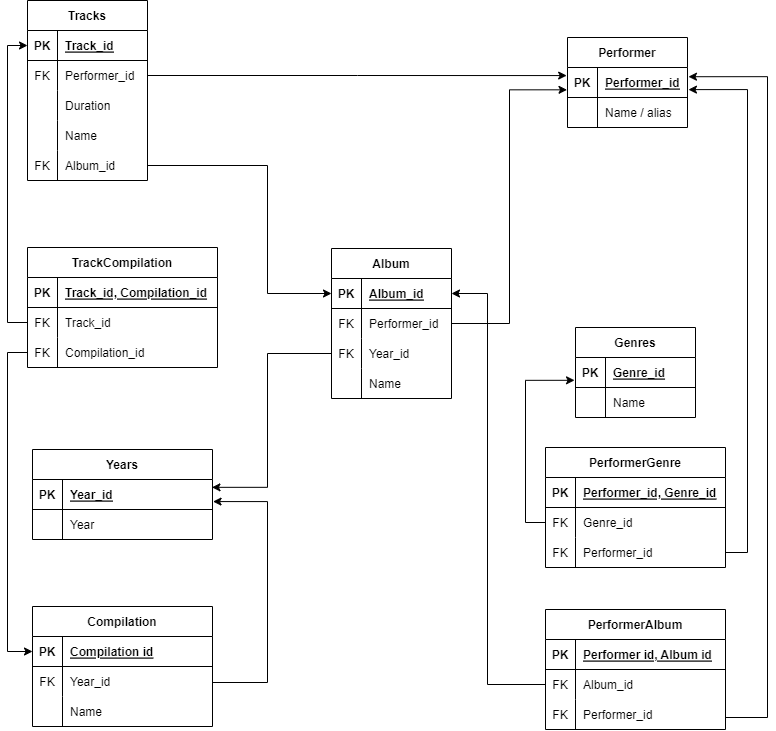
Above: Diagram_new.png in femarko/DB_hometasks (draw.io), before the change. Source tidied: cells renumbered, new cells last; positions are measured from the earlier drawing's top-left corner, leaving out a move shared by most shapes.
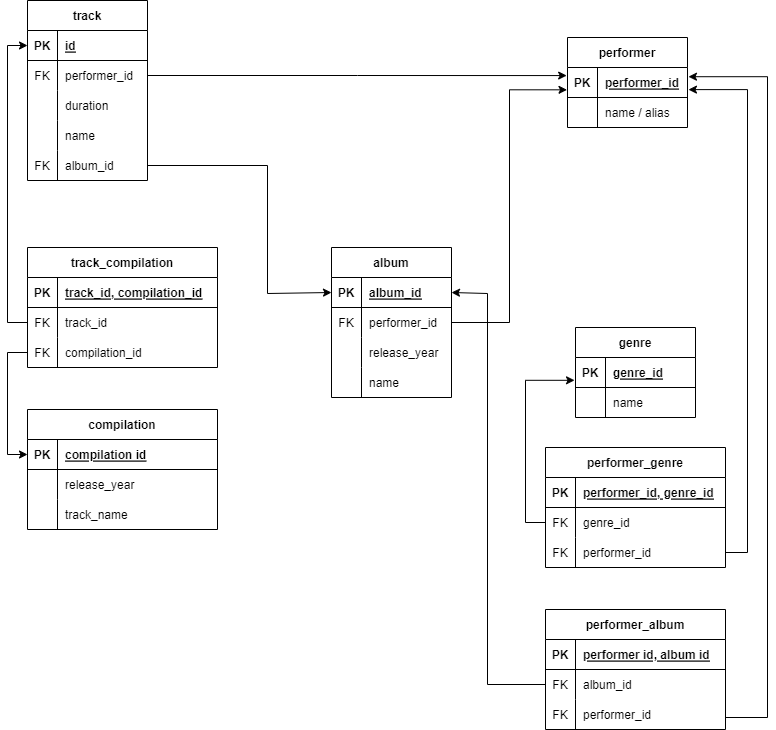
After the commit.

What changed in the source:
```diff
@@ -4,3 +4,3 @@
     <mxCell id="1" parent="0" />
-    <mxCell id="2" value="Performer" style="shape=table;startSize=30;rowLines=0;fontStyle=1;align=center;" parent="1" vertex="1">
+    <mxCell id="2" value="performer" style="shape=table;startSize=30;rowLines=0;fontStyle=1;align=center;" parent="1" vertex="1">
       <mxGeometry x="540" y="37" width="120" height="90" as="geometry" />
@@ -13,3 +13,3 @@
     </mxCell>
-    <mxCell id="5" value="Performer_id" style="shape=partialRectangle;fillColor=none;top=0;left=0;bottom=0;right=0;align=left;spacingLeft=6;fontStyle=5;overflow=hidden;" parent="3" vertex="1">
+    <mxCell id="5" value="performer_id" style="shape=partialRectangle;fillColor=none;top=0;left=0;bottom=0;right=0;align=left;spacingLeft=6;fontStyle=5;overflow=hidden;" parent="3" vertex="1">
       <mxGeometry x="30" width="90" height="30" as="geometry" />
@@ -22,7 +22,7 @@
     </mxCell>
-    <mxCell id="8" value="Name / alias" style="shape=partialRectangle;fillColor=none;top=0;left=0;bottom=0;right=0;align=left;spacingLeft=6;overflow=hidden;" parent="6" vertex="1">
+    <mxCell id="8" value="name / alias" style="shape=partialRectangle;fillColor=none;top=0;left=0;bottom=0;right=0;align=left;spacingLeft=6;overflow=hidden;" parent="6" vertex="1">
       <mxGeometry x="30" width="90" height="30" as="geometry" />
     </mxCell>
-    <mxCell id="9" value="Album" style="shape=table;startSize=30;rowLines=0;fontStyle=1;align=center;" parent="1" vertex="1">
-      <mxGeometry x="304" y="248" width="120" height="150" as="geometry" />
+    <mxCell id="9" value="album" style="shape=table;startSize=30;rowLines=0;fontStyle=1;align=center;" parent="1" vertex="1">
+      <mxGeometry x="304" y="247" width="120" height="150" as="geometry" />
     </mxCell>
@@ -34,3 +34,3 @@
     </mxCell>
-    <mxCell id="12" value="Album_id" style="shape=partialRectangle;fillColor=none;top=0;left=0;bottom=0;right=0;align=left;spacingLeft=6;fontStyle=5;overflow=hidden;" parent="10" vertex="1">
+    <mxCell id="12" value="album_id" style="shape=partialRectangle;fillColor=none;top=0;left=0;bottom=0;right=0;align=left;spacingLeft=6;fontStyle=5;overflow=hidden;" parent="10" vertex="1">
       <mxGeometry x="30" width="90" height="30" as="geometry" />
@@ -43,3 +43,3 @@
     </mxCell>
-    <mxCell id="15" value="Performer_id" style="shape=partialRectangle;fillColor=none;top=0;left=0;bottom=0;right=0;align=left;spacingLeft=6;overflow=hidden;" parent="13" vertex="1">
+    <mxCell id="15" value="performer_id" style="shape=partialRectangle;fillColor=none;top=0;left=0;bottom=0;right=0;align=left;spacingLeft=6;overflow=hidden;" parent="13" vertex="1">
       <mxGeometry x="30" width="90" height="30" as="geometry" />
@@ -49,6 +49,6 @@
     </mxCell>
-    <mxCell id="17" value="FK" style="shape=partialRectangle;fillColor=none;top=0;left=0;bottom=0;right=0;overflow=hidden;" parent="16" vertex="1">
+    <mxCell id="17" style="shape=partialRectangle;fillColor=none;top=0;left=0;bottom=0;right=0;overflow=hidden;" parent="16" vertex="1">
       <mxGeometry width="30" height="30" as="geometry" />
     </mxCell>
-    <mxCell id="18" value="Year_id" style="shape=partialRectangle;fillColor=none;top=0;left=0;bottom=0;right=0;align=left;spacingLeft=6;overflow=hidden;" parent="16" vertex="1">
+    <mxCell id="18" value="release_year" style="shape=partialRectangle;fillColor=none;top=0;left=0;bottom=0;right=0;align=left;spacingLeft=6;overflow=hidden;" parent="16" vertex="1">
       <mxGeometry x="30" width="90" height="30" as="geometry" />
@@ -61,6 +61,6 @@
     </mxCell>
-    <mxCell id="21" value="Name" style="shape=partialRectangle;fillColor=none;top=0;left=0;bottom=0;right=0;align=left;spacingLeft=6;overflow=hidden;" parent="19" vertex="1">
+    <mxCell id="21" value="name" style="shape=partialRectangle;fillColor=none;top=0;left=0;bottom=0;right=0;align=left;spacingLeft=6;overflow=hidden;" parent="19" vertex="1">
       <mxGeometry x="30" width="90" height="30" as="geometry" />
     </mxCell>
-    <mxCell id="22" value="Tracks" style="shape=table;startSize=30;rowLines=0;fontStyle=1;align=center;" parent="1" vertex="1">
+    <mxCell id="22" value="track" style="shape=table;startSize=30;rowLines=0;fontStyle=1;align=center;" parent="1" vertex="1">
       <mxGeometry width="120" height="180" as="geometry" />
@@ -73,3 +73,3 @@
     </mxCell>
-    <mxCell id="25" value="Track_id" style="shape=partialRectangle;fillColor=none;top=0;left=0;bottom=0;right=0;align=left;spacingLeft=6;fontStyle=5;overflow=hidden;" parent="23" vertex="1">
+    <mxCell id="25" value="id" style="shape=partialRectangle;fillColor=none;top=0;left=0;bottom=0;right=0;align=left;spacingLeft=6;fontStyle=5;overflow=hidden;" parent="23" vertex="1">
       <mxGeometry x="30" width="90" height="30" as="geometry" />
@@ -82,3 +82,3 @@
     </mxCell>
-    <mxCell id="28" value="Performer_id" style="shape=partialRectangle;fillColor=none;top=0;left=0;bottom=0;right=0;align=left;spacingLeft=6;overflow=hidden;" parent="26" vertex="1">
+    <mxCell id="28" value="performer_id" style="shape=partialRectangle;fillColor=none;top=0;left=0;bottom=0;right=0;align=left;spacingLeft=6;overflow=hidden;" parent="26" vertex="1">
       <mxGeometry x="30" width="90" height="30" as="geometry" />
@@ -91,3 +91,3 @@
     </mxCell>
-    <mxCell id="31" value="Duration" style="shape=partialRectangle;fillColor=none;top=0;left=0;bottom=0;right=0;align=left;spacingLeft=6;overflow=hidden;" parent="29" vertex="1">
+    <mxCell id="31" value="duration" style="shape=partialRectangle;fillColor=none;top=0;left=0;bottom=0;right=0;align=left;spacingLeft=6;overflow=hidden;" parent="29" vertex="1">
       <mxGeometry x="30" width="90" height="30" as="geometry" />
@@ -100,3 +100,3 @@
     </mxCell>
-    <mxCell id="34" value="Name" style="shape=partialRectangle;fillColor=none;top=0;left=0;bottom=0;right=0;align=left;spacingLeft=6;overflow=hidden;" parent="32" vertex="1">
+    <mxCell id="34" value="name" style="shape=partialRectangle;fillColor=none;top=0;left=0;bottom=0;right=0;align=left;spacingLeft=6;overflow=hidden;" parent="32" vertex="1">
       <mxGeometry x="30" width="90" height="30" as="geometry" />
@@ -109,6 +109,6 @@
     </mxCell>
-    <mxCell id="37" value="Album_id" style="shape=partialRectangle;fillColor=none;top=0;left=0;bottom=0;right=0;align=left;spacingLeft=6;overflow=hidden;" parent="35" vertex="1">
+    <mxCell id="37" value="album_id" style="shape=partialRectangle;fillColor=none;top=0;left=0;bottom=0;right=0;align=left;spacingLeft=6;overflow=hidden;" parent="35" vertex="1">
       <mxGeometry x="30" width="90" height="30" as="geometry" />
     </mxCell>
-    <mxCell id="38" value="Genres" style="shape=table;startSize=30;rowLines=0;fontStyle=1;align=center;" parent="1" vertex="1">
+    <mxCell id="38" value="genre" style="shape=table;startSize=30;rowLines=0;fontStyle=1;align=center;" parent="1" vertex="1">
       <mxGeometry x="548" y="327" width="120" height="90" as="geometry" />
@@ -121,3 +121,3 @@
     </mxCell>
-    <mxCell id="41" value="Genre_id" style="shape=partialRectangle;fillColor=none;top=0;left=0;bottom=0;right=0;align=left;spacingLeft=6;fontStyle=5;overflow=hidden;" parent="39" vertex="1">
+    <mxCell id="41" value="genre_id" style="shape=partialRectangle;fillColor=none;top=0;left=0;bottom=0;right=0;align=left;spacingLeft=6;fontStyle=5;overflow=hidden;" parent="39" vertex="1">
       <mxGeometry x="30" width="90" height="30" as="geometry" />
@@ -130,6 +130,6 @@
     </mxCell>
-    <mxCell id="44" value="Name" style="shape=partialRectangle;fillColor=none;top=0;left=0;bottom=0;right=0;align=left;spacingLeft=6;overflow=hidden;" parent="42" vertex="1">
+    <mxCell id="44" value="name" style="shape=partialRectangle;fillColor=none;top=0;left=0;bottom=0;right=0;align=left;spacingLeft=6;overflow=hidden;" parent="42" vertex="1">
       <mxGeometry x="30" width="90" height="30" as="geometry" />
     </mxCell>
-    <mxCell id="45" value="PerformerGenre" style="shape=table;startSize=30;rowLines=0;fontStyle=1;align=center;" parent="1" vertex="1">
+    <mxCell id="45" value="performer_genre" style="shape=table;startSize=30;rowLines=0;fontStyle=1;align=center;" parent="1" vertex="1">
       <mxGeometry x="518" y="447" width="180" height="120" as="geometry" />
@@ -142,3 +142,3 @@
     </mxCell>
-    <mxCell id="48" value="Performer_id, Genre_id" style="shape=partialRectangle;fillColor=none;top=0;left=0;bottom=0;right=0;align=left;spacingLeft=6;fontStyle=5;overflow=hidden;" parent="46" vertex="1">
+    <mxCell id="48" value="performer_id, genre_id" style="shape=partialRectangle;fillColor=none;top=0;left=0;bottom=0;right=0;align=left;spacingLeft=6;fontStyle=5;overflow=hidden;" parent="46" vertex="1">
       <mxGeometry x="30" width="150" height="30" as="geometry" />
@@ -151,3 +151,3 @@
     </mxCell>
-    <mxCell id="51" value="Genre_id" style="shape=partialRectangle;fillColor=none;top=0;left=0;bottom=0;right=0;align=left;spacingLeft=6;overflow=hidden;" parent="49" vertex="1">
+    <mxCell id="51" value="genre_id" style="shape=partialRectangle;fillColor=none;top=0;left=0;bottom=0;right=0;align=left;spacingLeft=6;overflow=hidden;" parent="49" vertex="1">
       <mxGeometry x="30" width="150" height="30" as="geometry" />
@@ -160,3 +160,3 @@
     </mxCell>
-    <mxCell id="54" value="Performer_id" style="shape=partialRectangle;fillColor=none;top=0;left=0;bottom=0;right=0;align=left;spacingLeft=6;overflow=hidden;" parent="52" vertex="1">
+    <mxCell id="54" value="performer_id" style="shape=partialRectangle;fillColor=none;top=0;left=0;bottom=0;right=0;align=left;spacingLeft=6;overflow=hidden;" parent="52" vertex="1">
       <mxGeometry x="30" width="150" height="30" as="geometry" />
@@ -171,3 +171,3 @@
     </mxCell>
-    <mxCell id="56" value="PerformerAlbum" style="shape=table;startSize=30;rowLines=0;fontStyle=1;align=center;" parent="1" vertex="1">
+    <mxCell id="56" value="performer_album" style="shape=table;startSize=30;rowLines=0;fontStyle=1;align=center;" parent="1" vertex="1">
       <mxGeometry x="518" y="609" width="180" height="120" as="geometry" />
@@ -180,3 +180,3 @@
     </mxCell>
-    <mxCell id="59" value="Performer id, Album id" style="shape=partialRectangle;fillColor=none;top=0;left=0;bottom=0;right=0;align=left;spacingLeft=6;fontStyle=5;overflow=hidden;" parent="57" vertex="1">
+    <mxCell id="59" value="performer id, album id" style="shape=partialRectangle;fillColor=none;top=0;left=0;bottom=0;right=0;align=left;spacingLeft=6;fontStyle=5;overflow=hidden;" parent="57" vertex="1">
       <mxGeometry x="30" width="150" height="30" as="geometry" />
@@ -189,3 +189,3 @@
     </mxCell>
-    <mxCell id="62" value="Album_id" style="shape=partialRectangle;fillColor=none;top=0;left=0;bottom=0;right=0;align=left;spacingLeft=6;overflow=hidden;" parent="60" vertex="1">
+    <mxCell id="62" value="album_id" style="shape=partialRectangle;fillColor=none;top=0;left=0;bottom=0;right=0;align=left;spacingLeft=6;overflow=hidden;" parent="60" vertex="1">
       <mxGeometry x="30" width="150" height="30" as="geometry" />
@@ -198,3 +198,3 @@
     </mxCell>
-    <mxCell id="65" value="Performer_id" style="shape=partialRectangle;fillColor=none;top=0;left=0;bottom=0;right=0;align=left;spacingLeft=6;overflow=hidden;" parent="63" vertex="1">
+    <mxCell id="65" value="performer_id" style="shape=partialRectangle;fillColor=none;top=0;left=0;bottom=0;right=0;align=left;spacingLeft=6;overflow=hidden;" parent="63" vertex="1">
       <mxGeometry x="30" width="150" height="30" as="geometry" />
@@ -215,7 +215,7 @@
     </mxCell>
-    <mxCell id="69" value="Compilation" style="shape=table;startSize=30;rowLines=0;fontStyle=1;align=center;" parent="1" vertex="1">
-      <mxGeometry x="5" y="606" width="180" height="120" as="geometry" />
+    <mxCell id="69" value="compilation" style="shape=table;startSize=30;rowLines=0;fontStyle=1;align=center;" parent="1" vertex="1">
+      <mxGeometry y="409" width="190" height="120" as="geometry" />
     </mxCell>
     <mxCell id="70" style="shape=tableRow;horizontal=0;startSize=0;swimlaneHead=0;swimlaneBody=0;fillColor=none;points=[[0,0.5],[1,0.5]];portConstraint=eastwest;top=0;left=0;right=0;bottom=1;" parent="69" vertex="1">
-      <mxGeometry y="30" width="180" height="30" as="geometry" />
+      <mxGeometry y="30" width="190" height="30" as="geometry" />
     </mxCell>
@@ -224,16 +224,16 @@
     </mxCell>
-    <mxCell id="72" value="Compilation id" style="shape=partialRectangle;fillColor=none;top=0;left=0;bottom=0;right=0;align=left;spacingLeft=6;fontStyle=5;overflow=hidden;" parent="70" vertex="1">
-      <mxGeometry x="30" width="150" height="30" as="geometry" />
+    <mxCell id="72" value="compilation id" style="shape=partialRectangle;fillColor=none;top=0;left=0;bottom=0;right=0;align=left;spacingLeft=6;fontStyle=5;overflow=hidden;" parent="70" vertex="1">
+      <mxGeometry x="30" width="160" height="30" as="geometry" />
     </mxCell>
     <mxCell id="73" style="shape=tableRow;horizontal=0;startSize=0;swimlaneHead=0;swimlaneBody=0;fillColor=none;points=[[0,0.5],[1,0.5]];portConstraint=eastwest;top=0;left=0;right=0;bottom=0;" parent="69" vertex="1">
-      <mxGeometry y="60" width="180" height="30" as="geometry" />
+      <mxGeometry y="60" width="190" height="30" as="geometry" />
     </mxCell>
-    <mxCell id="74" value="FK" style="shape=partialRectangle;fillColor=none;top=0;left=0;bottom=0;right=0;overflow=hidden;" parent="73" vertex="1">
+    <mxCell id="74" style="shape=partialRectangle;fillColor=none;top=0;left=0;bottom=0;right=0;overflow=hidden;" parent="73" vertex="1">
       <mxGeometry width="30" height="30" as="geometry" />
     </mxCell>
-    <mxCell id="75" value="Year_id" style="shape=partialRectangle;fillColor=none;top=0;left=0;bottom=0;right=0;align=left;spacingLeft=6;overflow=hidden;" parent="73" vertex="1">
-      <mxGeometry x="30" width="150" height="30" as="geometry" />
+    <mxCell id="75" value="release_year" style="shape=partialRectangle;fillColor=none;top=0;left=0;bottom=0;right=0;align=left;spacingLeft=6;overflow=hidden;" parent="73" vertex="1">
+      <mxGeometry x="30" width="160" height="30" as="geometry" />
     </mxCell>
     <mxCell id="76" style="shape=tableRow;horizontal=0;startSize=0;swimlaneHead=0;swimlaneBody=0;fillColor=none;top=0;left=0;right=0;bottom=0;" parent="69" vertex="1">
-      <mxGeometry y="90" width="180" height="30" as="geometry" />
+      <mxGeometry y="90" width="190" height="30" as="geometry" />
     </mxCell>
@@ -242,27 +242,6 @@
     </mxCell>
-    <mxCell id="78" value="Name" style="shape=partialRectangle;fillColor=none;top=0;left=0;bottom=0;right=0;align=left;spacingLeft=6;overflow=hidden;" parent="76" vertex="1">
-      <mxGeometry x="30" width="150" height="30" as="geometry" />
+    <mxCell id="78" value="track_name" style="shape=partialRectangle;fillColor=none;top=0;left=0;bottom=0;right=0;align=left;spacingLeft=6;overflow=hidden;" parent="76" vertex="1">
+      <mxGeometry x="30" width="160" height="30" as="geometry" />
     </mxCell>
-    <mxCell id="79" value="Years" style="shape=table;startSize=30;rowLines=0;fontStyle=1;align=center;" parent="1" vertex="1">
-      <mxGeometry x="5" y="449" width="180" height="90" as="geometry" />
-    </mxCell>
-    <mxCell id="80" style="shape=tableRow;horizontal=0;startSize=0;swimlaneHead=0;swimlaneBody=0;fillColor=none;points=[[0,0.5],[1,0.5]];portConstraint=eastwest;top=0;left=0;right=0;bottom=1;" parent="79" vertex="1">
-      <mxGeometry y="30" width="180" height="30" as="geometry" />
-    </mxCell>
-    <mxCell id="81" value="PK" style="shape=partialRectangle;fillColor=none;top=0;left=0;bottom=0;right=0;fontStyle=1;overflow=hidden;" parent="80" vertex="1">
-      <mxGeometry width="30" height="30" as="geometry" />
-    </mxCell>
-    <mxCell id="82" value="Year_id" style="shape=partialRectangle;fillColor=none;top=0;left=0;bottom=0;right=0;align=left;spacingLeft=6;fontStyle=5;overflow=hidden;" parent="80" vertex="1">
-      <mxGeometry x="30" width="150" height="30" as="geometry" />
-    </mxCell>
-    <mxCell id="83" style="shape=tableRow;horizontal=0;startSize=0;swimlaneHead=0;swimlaneBody=0;fillColor=none;top=0;left=0;right=0;bottom=0;" parent="79" vertex="1">
-      <mxGeometry y="60" width="180" height="30" as="geometry" />
-    </mxCell>
-    <mxCell id="84" style="shape=partialRectangle;fillColor=none;top=0;left=0;bottom=0;right=0;overflow=hidden;" parent="83" vertex="1">
-      <mxGeometry width="30" height="30" as="geometry" />
-    </mxCell>
-    <mxCell id="85" value="Year" style="shape=partialRectangle;fillColor=none;top=0;left=0;bottom=0;right=0;align=left;spacingLeft=6;overflow=hidden;" parent="83" vertex="1">
-      <mxGeometry x="30" width="150" height="30" as="geometry" />
-    </mxCell>
-    <mxCell id="86" value="TrackCompilation" style="shape=table;startSize=30;rowLines=0;fontStyle=1;align=center;" parent="1" vertex="1">
+    <mxCell id="86" value="track_compilation" style="shape=table;startSize=30;rowLines=0;fontStyle=1;align=center;" parent="1" vertex="1">
       <mxGeometry y="247" width="190" height="120" as="geometry" />
@@ -275,3 +254,3 @@
     </mxCell>
-    <mxCell id="89" value="Track_id, Compilation_id" style="shape=partialRectangle;fillColor=none;top=0;left=0;bottom=0;right=0;align=left;spacingLeft=6;fontStyle=5;overflow=hidden;" parent="87" vertex="1">
+    <mxCell id="89" value="track_id, compilation_id" style="shape=partialRectangle;fillColor=none;top=0;left=0;bottom=0;right=0;align=left;spacingLeft=6;fontStyle=5;overflow=hidden;" parent="87" vertex="1">
       <mxGeometry x="30" width="160" height="30" as="geometry" />
@@ -284,3 +263,3 @@
     </mxCell>
-    <mxCell id="92" value="Track_id" style="shape=partialRectangle;fillColor=none;top=0;left=0;bottom=0;right=0;align=left;spacingLeft=6;overflow=hidden;" parent="90" vertex="1">
+    <mxCell id="92" value="track_id" style="shape=partialRectangle;fillColor=none;top=0;left=0;bottom=0;right=0;align=left;spacingLeft=6;overflow=hidden;" parent="90" vertex="1">
       <mxGeometry x="30" width="160" height="30" as="geometry" />
@@ -293,3 +272,3 @@
     </mxCell>
-    <mxCell id="95" value="Compilation_id" style="shape=partialRectangle;fillColor=none;top=0;left=0;bottom=0;right=0;align=left;spacingLeft=6;overflow=hidden;" parent="93" vertex="1">
+    <mxCell id="95" value="compilation_id" style="shape=partialRectangle;fillColor=none;top=0;left=0;bottom=0;right=0;align=left;spacingLeft=6;overflow=hidden;" parent="93" vertex="1">
       <mxGeometry x="30" width="160" height="30" as="geometry" />
@@ -299,10 +278,2 @@
     </mxCell>
-    <mxCell id="97" style="edgeStyle=orthogonalEdgeStyle;rounded=0;jettySize=auto;html=1;entryX=1.003;entryY=0.736;entryDx=0;entryDy=0;entryPerimeter=0;" parent="1" edge="1" source="73" target="80">
-      <mxGeometry relative="1" as="geometry">
-        <Array as="points">
-          <mxPoint x="240" y="682" />
-          <mxPoint x="240" y="501" />
-        </Array>
-      </mxGeometry>
-    </mxCell>
     <mxCell id="98" style="edgeStyle=orthogonalEdgeStyle;rounded=0;jettySize=auto;html=1;entryX=-0.004;entryY=0.744;entryDx=0;entryDy=0;entryPerimeter=0;" parent="1" edge="1" source="13" target="3">
@@ -310,10 +281,2 @@
     </mxCell>
-    <mxCell id="99" style="edgeStyle=orthogonalEdgeStyle;rounded=0;jettySize=auto;html=1;entryX=0.997;entryY=0.261;entryDx=0;entryDy=0;entryPerimeter=0;" parent="1" edge="1" source="16" target="80">
-      <mxGeometry relative="1" as="geometry">
-        <Array as="points">
-          <mxPoint x="240" y="353" />
-          <mxPoint x="240" y="487" />
-        </Array>
-      </mxGeometry>
-    </mxCell>
     <mxCell id="100" style="edgeStyle=orthogonalEdgeStyle;rounded=0;jettySize=auto;html=1;entryX=1;entryY=0.5;entryDx=0;entryDy=0;" parent="1" edge="1" source="60" target="10">
```
